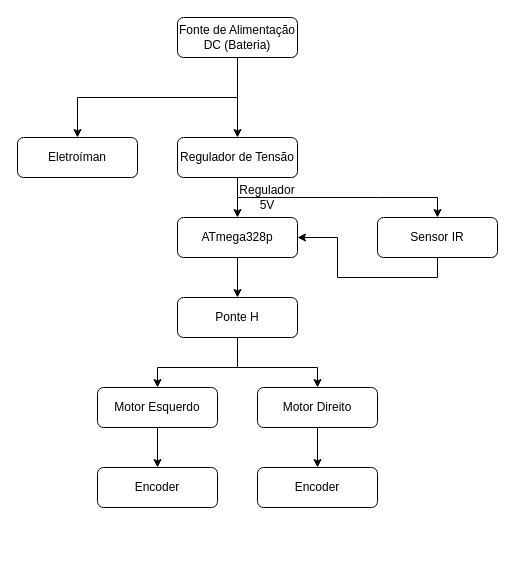
Above: ArquiteturaGeral.drawio in Joluiss/Diagrams.net (draw.io), before the change. Source tidied: cells renumbered, new cells numbered last; positions are measured from the earlier drawing's top-left corner, leaving out a move shared by most shapes. Both pictures are drawn from the tidied source at 100%, with x=0, y=0 at pixel (17, 17).
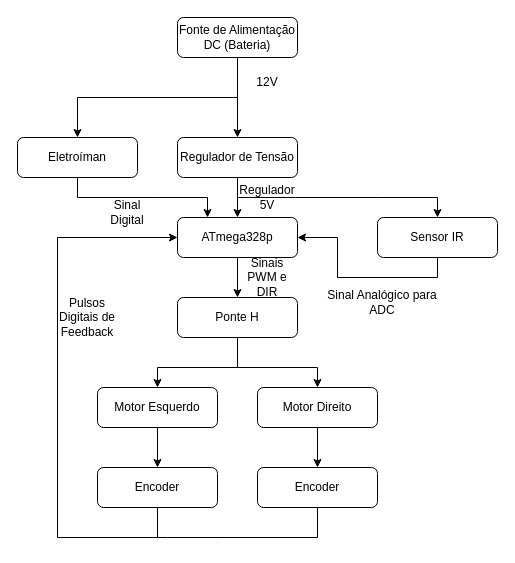
After the change.

Unchanged cells that the change refers to:
```xml
<mxCell id="5" value="Encoder" style="rounded=1;whiteSpace=wrap;html=1;" parent="1" vertex="1">
  <mxGeometry x="80" y="450" width="120" height="40" as="geometry" />
</mxCell>
<mxCell id="7" value="ATmega328p" style="rounded=1;whiteSpace=wrap;html=1;" parent="1" vertex="1">
  <mxGeometry x="160" y="200" width="120" height="40" as="geometry" />
</mxCell>
<mxCell id="12" value="Encoder" style="rounded=1;whiteSpace=wrap;html=1;" parent="1" vertex="1">
  <mxGeometry x="240" y="450" width="120" height="40" as="geometry" />
</mxCell>
<mxCell id="16" value="Eletroíman" style="rounded=1;whiteSpace=wrap;html=1;" parent="1" vertex="1">
  <mxGeometry y="120" width="120" height="40" as="geometry" />
</mxCell>
```

What changed in the source:
```diff
@@
+    <mxCell id="23" style="endArrow=classic;html=1;rounded=0;entryX=0;entryY=0.5;entryDx=0;entryDy=0;exitX=0.5;exitY=1;exitDx=0;exitDy=0;" parent="1" edge="1" source="12" target="7">
+      <mxGeometry relative="1" as="geometry">
+        <Array as="points">
+          <mxPoint x="300" y="520" />
+          <mxPoint x="200" y="520" />
+          <mxPoint x="150" y="520" />
+          <mxPoint x="40" y="520" />
+          <mxPoint x="40" y="220" />
+        </Array>
+      </mxGeometry>
+    </mxCell>
+    <mxCell id="24" style="endArrow=none;html=1;rounded=0;entryX=0.5;entryY=1;entryDx=0;entryDy=0;" parent="1" edge="1" target="5">
+      <mxGeometry relative="1" as="geometry">
+        <mxPoint x="140" y="520" as="sourcePoint" />
+      </mxGeometry>
+    </mxCell>
+    <mxCell id="25" value="Pulsos Digitais de Feedback" style="text;html=1;whiteSpace=wrap;strokeColor=none;fillColor=none;align=center;verticalAlign=middle;rounded=0;" parent="1" vertex="1">
+      <mxGeometry x="40" y="285" width="60" height="30" as="geometry" />
+    </mxCell>
+    <mxCell id="26" value="Sinais PWM e DIR" style="text;html=1;whiteSpace=wrap;strokeColor=none;fillColor=none;align=center;verticalAlign=middle;rounded=0;" parent="1" vertex="1">
+      <mxGeometry x="220" y="240" width="60" height="40" as="geometry" />
+    </mxCell>
+    <mxCell id="27" value="12V" style="text;html=1;whiteSpace=wrap;strokeColor=none;fillColor=none;align=center;verticalAlign=middle;rounded=0;" parent="1" vertex="1">
+      <mxGeometry x="220" y="50" width="60" height="30" as="geometry" />
+    </mxCell>
+    <mxCell id="28" value="Sinal Analógico para ADC" style="text;html=1;whiteSpace=wrap;strokeColor=none;fillColor=none;align=center;verticalAlign=middle;rounded=0;" parent="1" vertex="1">
+      <mxGeometry x="300" y="260" width="130" height="50" as="geometry" />
+    </mxCell>
+    <mxCell id="29" style="endArrow=classic;html=1;rounded=0;exitX=0.5;exitY=1;exitDx=0;exitDy=0;entryX=0.25;entryY=0;entryDx=0;entryDy=0;" parent="1" edge="1" source="16" target="7">
+      <mxGeometry relative="1" as="geometry">
+        <Array as="points">
+          <mxPoint x="60" y="180" />
+          <mxPoint x="140" y="180" />
+          <mxPoint x="190" y="180" />
+        </Array>
+      </mxGeometry>
+    </mxCell>
+    <mxCell id="30" value="Sinal Digital" style="text;html=1;whiteSpace=wrap;strokeColor=none;fillColor=none;align=center;verticalAlign=middle;rounded=0;" parent="1" vertex="1">
+      <mxGeometry x="80" y="180" width="60" height="30" as="geometry" />
+    </mxCell>
```
